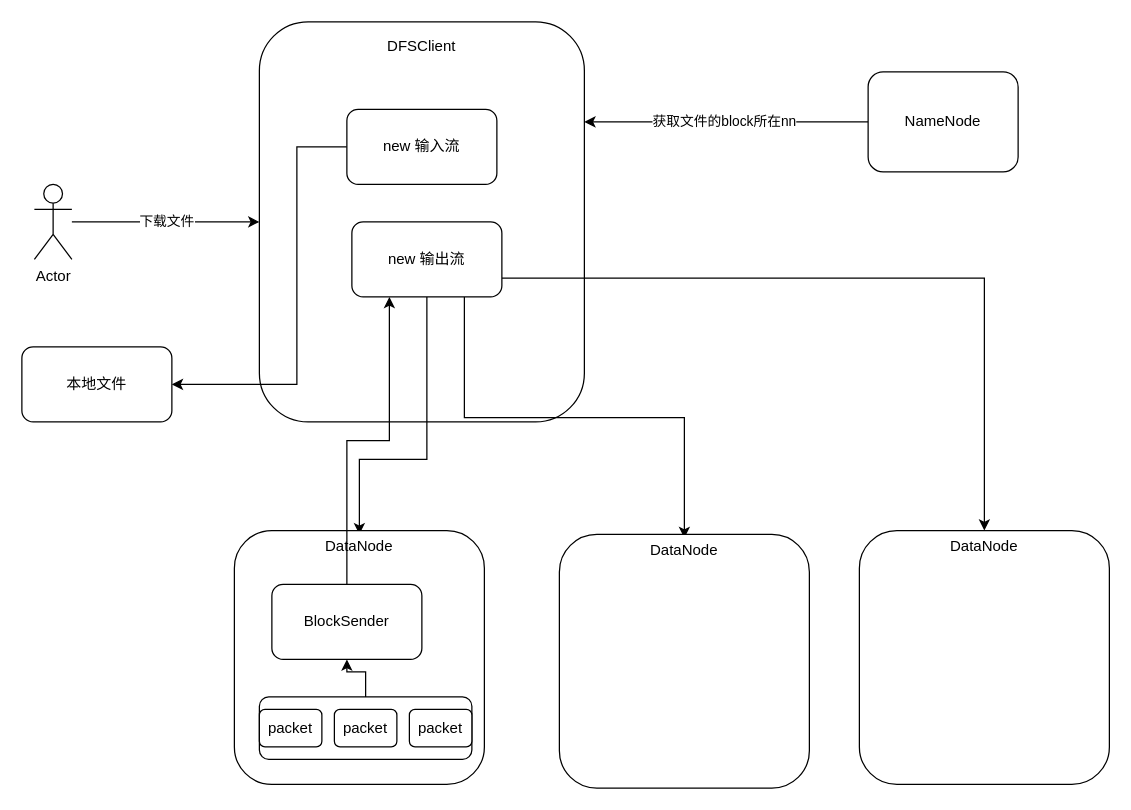
The draw.io diagram page "下载文件" (7 of 8) of HDFS.drawio in zhoupeng20188/drawio, before the edit. Source tidied: cells renumbered, new cells numbered last; positions are measured from the earlier drawing's top-left corner, leaving out a move shared by most shapes. Both pictures are drawn from the tidied source at 125%, with x=0, y=0 at pixel (21, 21).
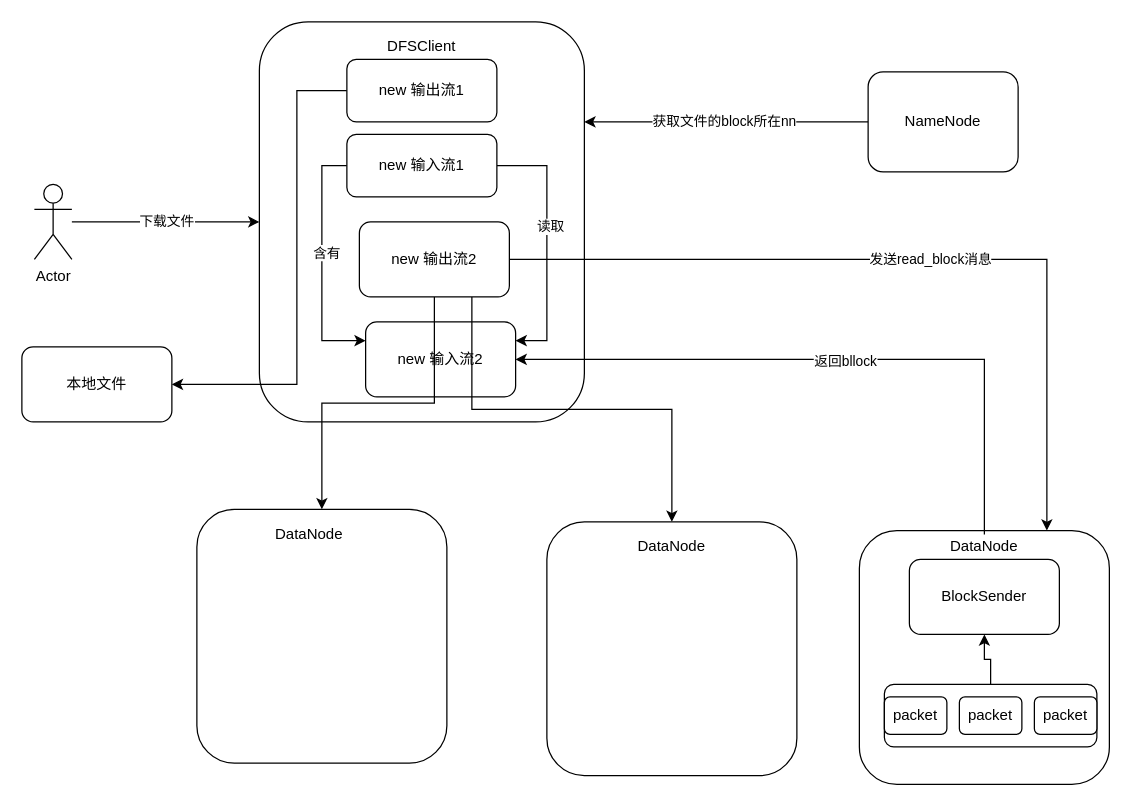
The same diagram, later.

Unchanged cells that the change refers to:
```xml
<mxCell id="20" style="rounded=1;whiteSpace=wrap;html=1;" parent="1" vertex="1">
  <mxGeometry x="670" y="407" width="200" height="203" as="geometry" />
</mxCell>
<mxCell id="21" value="DataNode" style="text;html=1;strokeColor=none;fillColor=none;align=center;verticalAlign=middle;whiteSpace=wrap;rounded=0;" parent="1" vertex="1">
  <mxGeometry x="750" y="410" width="40" height="20" as="geometry" />
</mxCell>
<mxCell id="29" value="本地文件" style="rounded=1;whiteSpace=wrap;html=1;" parent="1" vertex="1">
  <mxGeometry y="260" width="120" height="60" as="geometry" />
</mxCell>
```

Change to the diagram source:
```diff
@@
+    <mxCell id="18" style="rounded=1;whiteSpace=wrap;html=1;" parent="1" vertex="1">
+      <mxGeometry x="140" y="390" width="200" height="203" as="geometry" />
+    </mxCell>
@@
-    <mxCell id="10" style="edgeStyle=orthogonalEdgeStyle;rounded=0;jettySize=auto;html=1;" parent="1" edge="1" source="11" target="29">
+    <mxCell id="10" style="edgeStyle=orthogonalEdgeStyle;rounded=0;jettySize=auto;html=1;exitX=0;exitY=0.5;exitDx=0;exitDy=0;" parent="1" edge="1" source="11" target="29">
       <mxGeometry relative="1" as="geometry">
         <Array as="points">
-          <mxPoint x="220" y="100" />
+          <mxPoint x="220" y="55" />
           <mxPoint x="220" y="290" />
         </Array>
       </mxGeometry>
     </mxCell>
-    <mxCell id="11" value="new 输入流" style="rounded=1;whiteSpace=wrap;html=1;" parent="1" vertex="1">
-      <mxGeometry x="260" y="70" width="120" height="60" as="geometry" />
+    <mxCell id="11" value="new 输出流1" style="rounded=1;whiteSpace=wrap;html=1;" parent="1" vertex="1">
+      <mxGeometry x="260" y="30" width="120" height="50" as="geometry" />
     </mxCell>
-    <mxCell id="12" style="edgeStyle=orthogonalEdgeStyle;rounded=0;jettySize=auto;html=1;" parent="1" edge="1" source="15" target="17">
-      <mxGeometry relative="1" as="geometry">
-        <Array as="points">
-          <mxPoint x="324" y="350" />
-          <mxPoint x="270" y="350" />
-        </Array>
-      </mxGeometry>
-    </mxCell>
-    <mxCell id="13" style="edgeStyle=orthogonalEdgeStyle;rounded=0;jettySize=auto;html=1;exitX=0.75;exitY=1;exitDx=0;exitDy=0;entryX=0.5;entryY=0;entryDx=0;entryDy=0;" parent="1" edge="1" source="15" target="19">
-      <mxGeometry relative="1" as="geometry" />
-    </mxCell>
-    <mxCell id="14" style="edgeStyle=orthogonalEdgeStyle;rounded=0;jettySize=auto;html=1;exitX=1;exitY=0.75;exitDx=0;exitDy=0;" parent="1" edge="1" source="15" target="20">
-      <mxGeometry relative="1" as="geometry" />
-    </mxCell>
-    <mxCell id="15" value="new 输出流" style="rounded=1;whiteSpace=wrap;html=1;" parent="1" vertex="1">
-      <mxGeometry x="264" y="160" width="120" height="60" as="geometry" />
+    <mxCell id="15" value="new 输入流2" style="rounded=1;whiteSpace=wrap;html=1;" parent="1" vertex="1">
+      <mxGeometry x="275" y="240" width="120" height="60" as="geometry" />
     </mxCell>
     <mxCell id="16" style="rounded=1;whiteSpace=wrap;html=1;" parent="1" vertex="1">
-      <mxGeometry x="170" y="407" width="200" height="203" as="geometry" />
+      <mxGeometry x="420" y="400" width="200" height="203" as="geometry" />
     </mxCell>
     <mxCell id="17" value="DataNode" style="text;html=1;strokeColor=none;fillColor=none;align=center;verticalAlign=middle;whiteSpace=wrap;rounded=0;" parent="1" vertex="1">
-      <mxGeometry x="250" y="410" width="40" height="20" as="geometry" />
+      <mxGeometry x="210" y="400" width="40" height="20" as="geometry" />
     </mxCell>
-    <mxCell id="18" style="rounded=1;whiteSpace=wrap;html=1;" parent="1" vertex="1">
-      <mxGeometry x="430" y="410" width="200" height="203" as="geometry" />
-    </mxCell>
     <mxCell id="19" value="DataNode" style="text;html=1;strokeColor=none;fillColor=none;align=center;verticalAlign=middle;whiteSpace=wrap;rounded=0;" parent="1" vertex="1">
-      <mxGeometry x="510" y="413" width="40" height="20" as="geometry" />
+      <mxGeometry x="500" y="410" width="40" height="20" as="geometry" />
     </mxCell>
@@
+    <mxCell id="30" style="edgeStyle=orthogonalEdgeStyle;rounded=0;jettySize=auto;html=1;entryX=1;entryY=0.5;entryDx=0;entryDy=0;" parent="1" edge="1" source="21" target="15">
+      <mxGeometry relative="1" as="geometry">
+        <Array as="points">
+          <mxPoint x="770" y="270" />
+        </Array>
+      </mxGeometry>
+    </mxCell>
+    <mxCell id="31" value="返回bllock" style="edgeLabel;html=1;align=center;verticalAlign=middle;" parent="30" vertex="1">
+      <mxGeometry x="-0.02" y="1" relative="1" as="geometry" />
+    </mxCell>
@@
-    <mxCell id="22" style="edgeStyle=orthogonalEdgeStyle;rounded=0;jettySize=auto;html=1;exitX=0.5;exitY=0;exitDx=0;exitDy=0;entryX=0.25;entryY=1;entryDx=0;entryDy=0;" parent="1" edge="1" source="23" target="15">
-      <mxGeometry relative="1" as="geometry" />
-    </mxCell>
     <mxCell id="23" value="BlockSender" style="rounded=1;whiteSpace=wrap;html=1;" parent="1" vertex="1">
-      <mxGeometry x="200" y="450" width="120" height="60" as="geometry" />
+      <mxGeometry x="710" y="430" width="120" height="60" as="geometry" />
     </mxCell>
@@
     <mxCell id="25" style="rounded=1;whiteSpace=wrap;html=1;" parent="1" vertex="1">
-      <mxGeometry x="190" y="540" width="170" height="50" as="geometry" />
+      <mxGeometry x="690" y="530" width="170" height="50" as="geometry" />
     </mxCell>
     <mxCell id="26" value="packet" style="rounded=1;whiteSpace=wrap;html=1;" parent="1" vertex="1">
-      <mxGeometry x="190" y="550" width="50" height="30" as="geometry" />
+      <mxGeometry x="690" y="540" width="50" height="30" as="geometry" />
     </mxCell>
     <mxCell id="27" value="packet" style="rounded=1;whiteSpace=wrap;html=1;" parent="1" vertex="1">
-      <mxGeometry x="250" y="550" width="50" height="30" as="geometry" />
+      <mxGeometry x="750" y="540" width="50" height="30" as="geometry" />
     </mxCell>
     <mxCell id="28" value="packet" style="rounded=1;whiteSpace=wrap;html=1;" parent="1" vertex="1">
-      <mxGeometry x="310" y="550" width="50" height="30" as="geometry" />
+      <mxGeometry x="810" y="540" width="50" height="30" as="geometry" />
     </mxCell>
@@
+    <mxCell id="32" style="edgeStyle=orthogonalEdgeStyle;rounded=0;jettySize=auto;html=1;entryX=0.75;entryY=0;entryDx=0;entryDy=0;" parent="1" edge="1" source="36" target="20">
+      <mxGeometry relative="1" as="geometry" />
+    </mxCell>
+    <mxCell id="33" value="发送read_block消息" style="edgeLabel;html=1;align=center;verticalAlign=middle;" parent="32" vertex="1">
+      <mxGeometry x="0.04" y="1" relative="1" as="geometry" />
+    </mxCell>
+    <mxCell id="34" style="edgeStyle=orthogonalEdgeStyle;rounded=0;jettySize=auto;html=1;exitX=0.5;exitY=1;exitDx=0;exitDy=0;entryX=0.5;entryY=0;entryDx=0;entryDy=0;" parent="1" edge="1" source="36" target="18">
+      <mxGeometry relative="1" as="geometry" />
+    </mxCell>
+    <mxCell id="35" style="edgeStyle=orthogonalEdgeStyle;rounded=0;jettySize=auto;html=1;exitX=0.75;exitY=1;exitDx=0;exitDy=0;entryX=0.5;entryY=0;entryDx=0;entryDy=0;" parent="1" edge="1" source="36" target="16">
+      <mxGeometry relative="1" as="geometry" />
+    </mxCell>
+    <mxCell id="36" value="new 输出流2" style="rounded=1;whiteSpace=wrap;html=1;" parent="1" vertex="1">
+      <mxGeometry x="270" y="160" width="120" height="60" as="geometry" />
+    </mxCell>
+    <mxCell id="37" style="edgeStyle=orthogonalEdgeStyle;rounded=0;jettySize=auto;html=1;entryX=0;entryY=0.25;entryDx=0;entryDy=0;exitX=0;exitY=0.5;exitDx=0;exitDy=0;" parent="1" edge="1" source="41" target="15">
+      <mxGeometry relative="1" as="geometry" />
+    </mxCell>
+    <mxCell id="38" value="含有" style="edgeLabel;html=1;align=center;verticalAlign=middle;" parent="37" vertex="1">
+      <mxGeometry x="-0.09" y="3" relative="1" as="geometry" />
+    </mxCell>
+    <mxCell id="39" style="edgeStyle=orthogonalEdgeStyle;rounded=0;jettySize=auto;html=1;entryX=1;entryY=0.25;entryDx=0;entryDy=0;exitX=1;exitY=0.5;exitDx=0;exitDy=0;" parent="1" edge="1" source="41" target="15">
+      <mxGeometry relative="1" as="geometry">
+        <Array as="points">
+          <mxPoint x="420" y="115" />
+          <mxPoint x="420" y="255" />
+        </Array>
+      </mxGeometry>
+    </mxCell>
+    <mxCell id="40" value="读取" style="edgeLabel;html=1;align=center;verticalAlign=middle;" parent="39" vertex="1">
+      <mxGeometry x="-0.14" y="2" relative="1" as="geometry" />
+    </mxCell>
+    <mxCell id="41" value="new 输入流1" style="rounded=1;whiteSpace=wrap;html=1;" parent="1" vertex="1">
+      <mxGeometry x="260" y="90" width="120" height="50" as="geometry" />
+    </mxCell>
```
